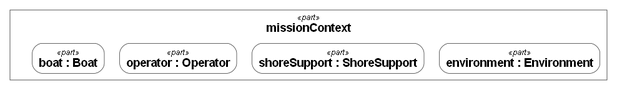
Above: docs/figures/context.png in DavidIngraham/sv-blue-dog (Graphviz), before the change. Its source is kept beside it as docs/figures/context.dot. Its diagram source:
```dot
digraph "BlueDogArchitectureViews::context" {
  graph [fontname="Helvetica"];
  node [shape=box, style=filled, fillcolor=white, color="#181818", fontname="Helvetica", fontsize=14, penwidth=0.5];
  edge [color="#181818", fontname="Helvetica", fontsize=13, penwidth=1];
  subgraph "cluster_n0" {
    label=<<font point-size="10"><i>«part»</i></font><br/><b>missionContext</b>>;
    color=black;
    penwidth=0.5;
    "n0" [shape=point, style=invis, width=0, height=0, label=""];
    "n1" [style="rounded,filled", label=<<font point-size="10"><i>«part»</i></font><br/><b>boat : Boat</b>>];
    "n2" [style="rounded,filled", label=<<font point-size="10"><i>«part»</i></font><br/><b>operator : Operator</b>>];
    "n3" [style="rounded,filled", label=<<font point-size="10"><i>«part»</i></font><br/><b>shoreSupport : ShoreSupport</b>>];
    "n4" [style="rounded,filled", label=<<font point-size="10"><i>«part»</i></font><br/><b>environment : Environment</b>>];
  }
}
```
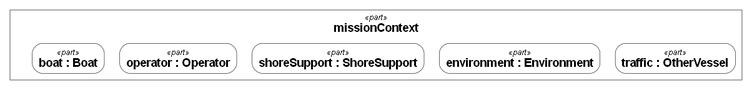
Later version of the same file.

Change to the diagram source:
```diff
@@ -11,5 +11,6 @@
     "n2" [style="rounded,filled", label=<<font point-size="10"><i>«part»</i></font><br/><b>operator : Operator</b>>];
     "n3" [style="rounded,filled", label=<<font point-size="10"><i>«part»</i></font><br/><b>shoreSupport : ShoreSupport</b>>];
     "n4" [style="rounded,filled", label=<<font point-size="10"><i>«part»</i></font><br/><b>environment : Environment</b>>];
+    "n5" [style="rounded,filled", label=<<font point-size="10"><i>«part»</i></font><br/><b>traffic : OtherVessel</b>>];
   }
 }
```
